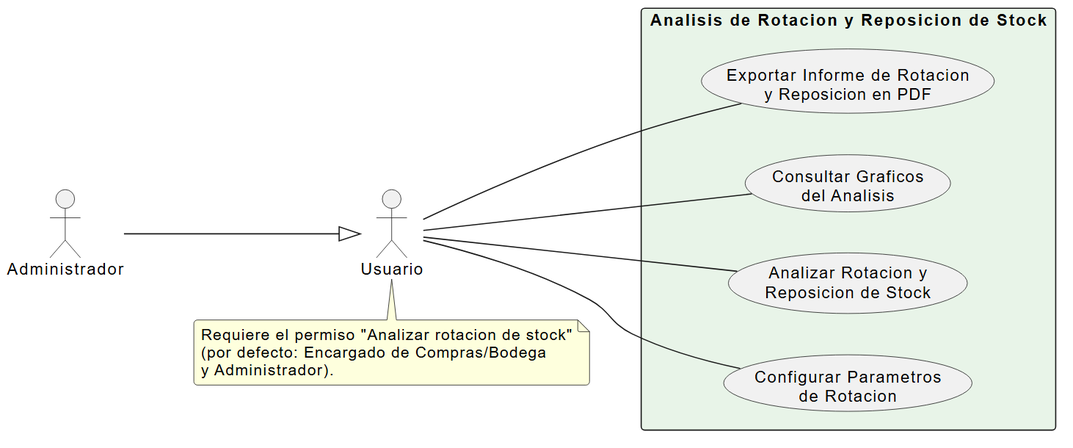
Jesifu/club-de-vinos-td keeps this PlantUML diagram as DIAGRAMAS/DiagramaCU_Proceso3_Rotacion.png. Above is the earlier version. Its source is kept beside it as DIAGRAMAS/DiagramaCU_Proceso3_Rotacion.puml.
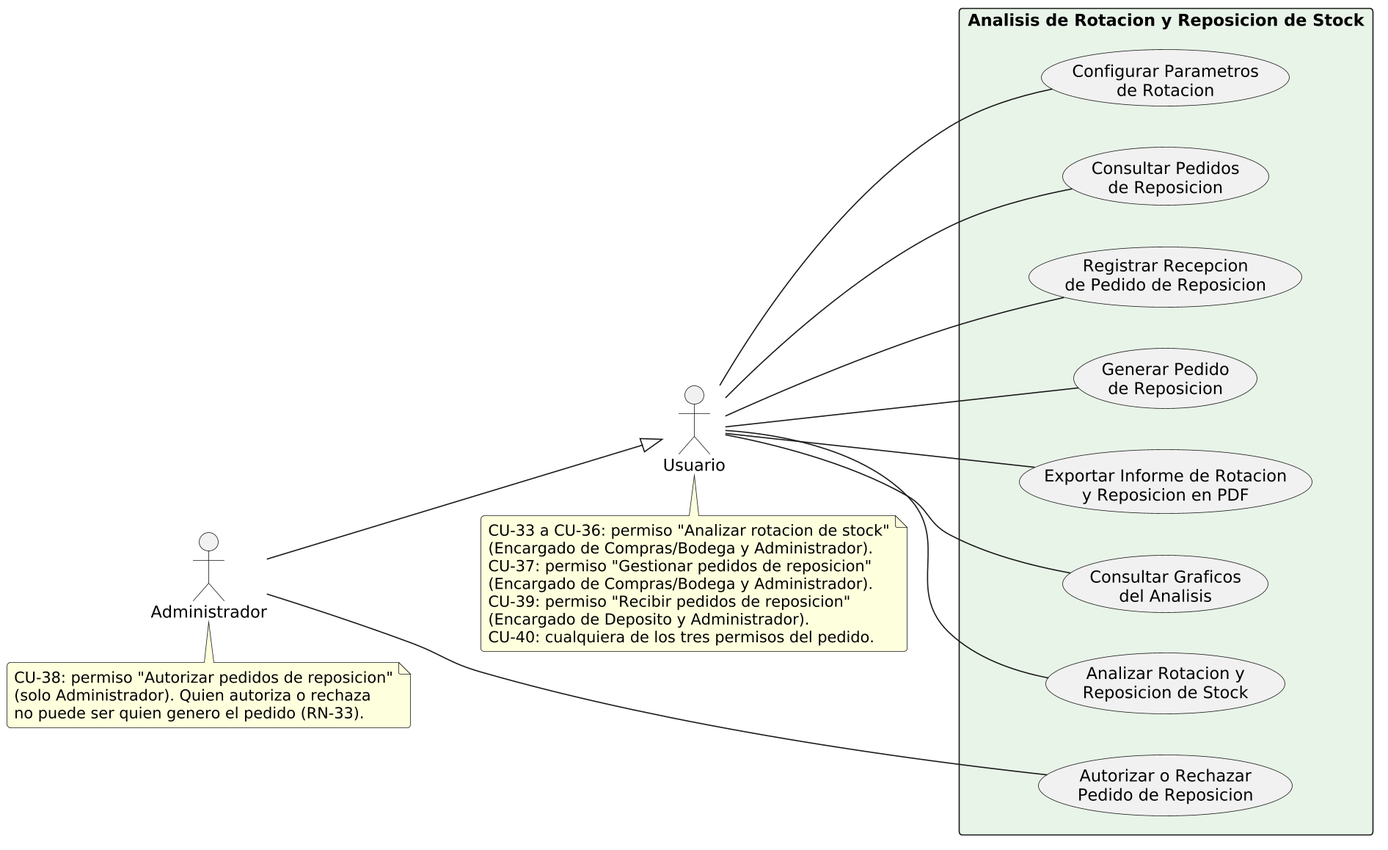
After the commit.

What changed in the source:
```diff
@@ -13,16 +13,34 @@
   usecase "Analizar Rotacion y\nReposicion de Stock" as CU34
   usecase "Consultar Graficos\ndel Analisis" as CU35
   usecase "Exportar Informe de Rotacion\ny Reposicion en PDF" as CU36
+  usecase "Generar Pedido\nde Reposicion" as CU37
+  usecase "Autorizar o Rechazar\nPedido de Reposicion" as CU38
+  usecase "Registrar Recepcion\nde Pedido de Reposicion" as CU39
+  usecase "Consultar Pedidos\nde Reposicion" as CU40
 }
 
 Usuario -- CU33
 Usuario -- CU34
 Usuario -- CU35
 Usuario -- CU36
+Usuario -- CU37
+Administrador -- CU38
+Usuario -- CU39
+Usuario -- CU40
 
 note bottom of Usuario
-  Requiere el permiso "Analizar rotacion de stock"
-  (por defecto: Encargado de Compras/Bodega
-  y Administrador).
+  CU-33 a CU-36: permiso "Analizar rotacion de stock"
+  (Encargado de Compras/Bodega y Administrador).
+  CU-37: permiso "Gestionar pedidos de reposicion"
+  (Encargado de Compras/Bodega y Administrador).
+  CU-39: permiso "Recibir pedidos de reposicion"
+  (Encargado de Deposito y Administrador).
+  CU-40: cualquiera de los tres permisos del pedido.
+end note
+
+note bottom of Administrador
+  CU-38: permiso "Autorizar pedidos de reposicion"
+  (solo Administrador). Quien autoriza o rechaza
+  no puede ser quien genero el pedido (RN-33).
 end note
 @enduml
```
